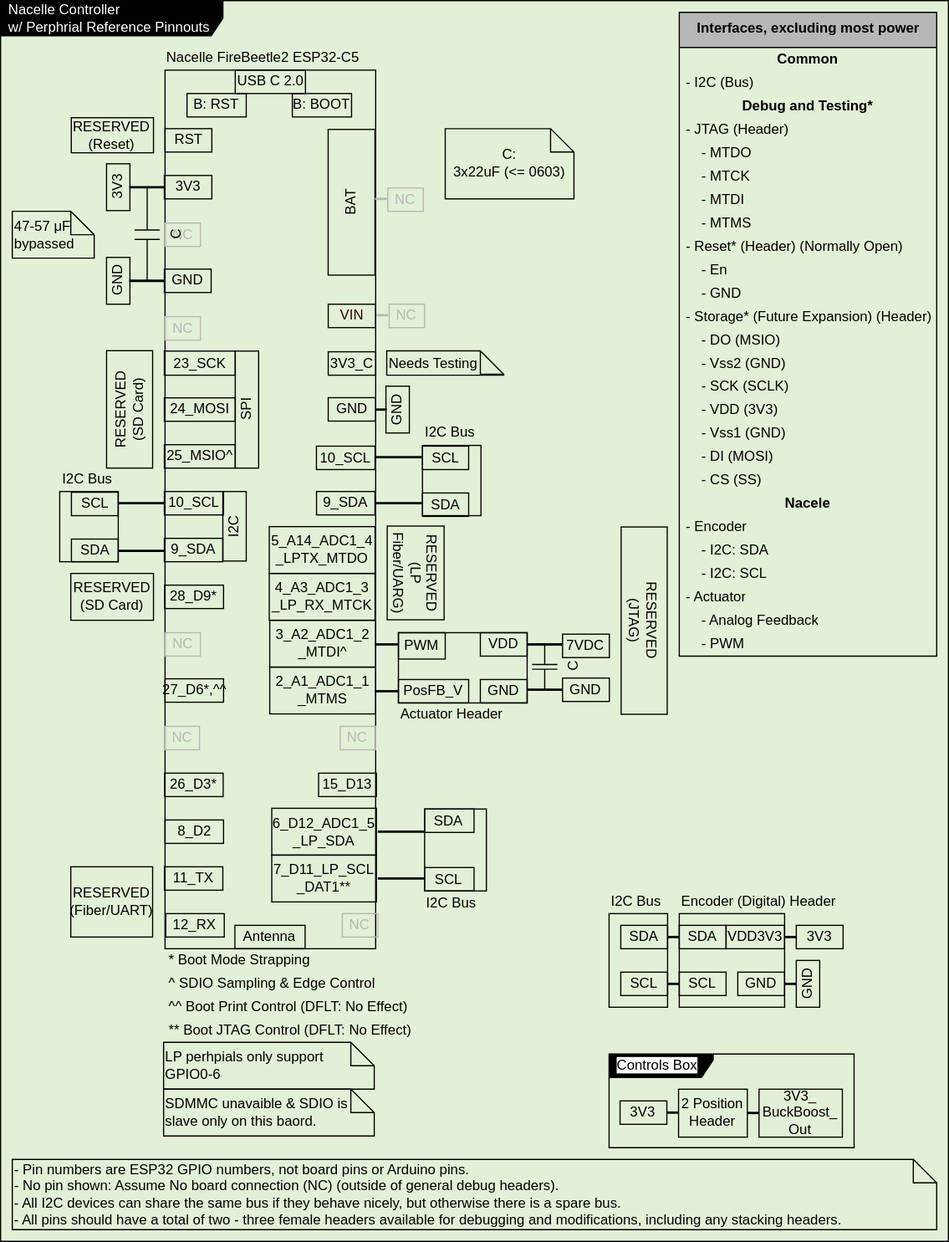
Before: Hardware-Pinouts/CtrlPO_Nacelle.svg, a diagram exported from draw.io (BobSaidHi/2026-Controls_Core). Source tidied: cells renumbered, new cells last; positions are measured from the earlier drawing's top-left corner, leaving out a move shared by most shapes.
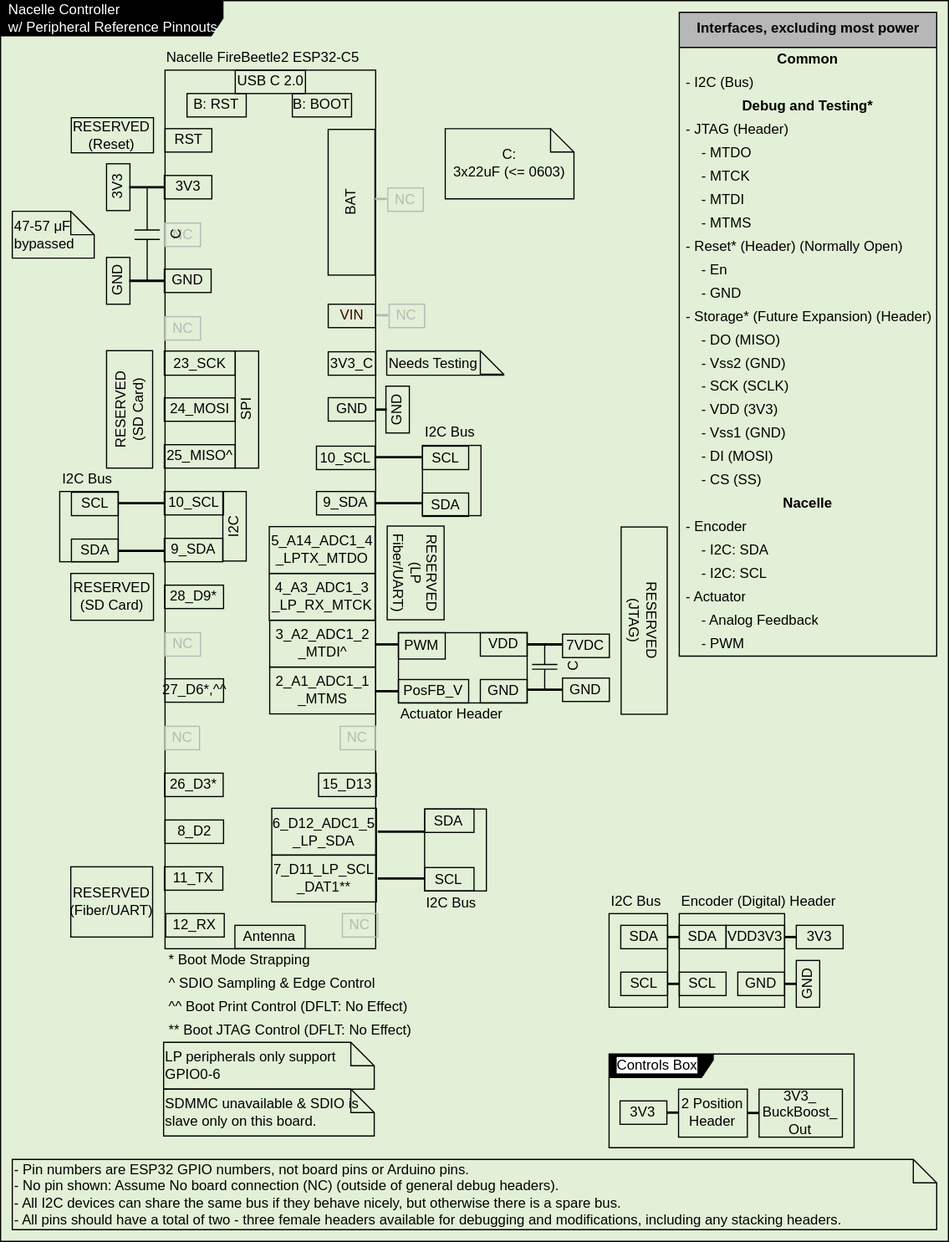
After the commit.

Diff of the diagram source:
```diff
@@ -2,7 +2,7 @@
   <root>
     <mxCell id="0" />
     <mxCell id="1" parent="0" />
-    <mxCell id="2" value="&lt;font color=&quot;#ffffff&quot;&gt;Nacelle Controller&lt;br&gt;w/ Perphrial Reference Pinnouts&lt;/font&gt;" style="shape=umlFrame;whiteSpace=wrap;html=1;width=190;height=30;boundedLbl=1;verticalAlign=middle;align=left;spacingLeft=5;fontColor=#000000;strokeColor=#000000;fillColor=#000000;gradientColor=#000000;fillStyle=solid;" parent="1" vertex="1">
+    <mxCell id="2" value="&lt;font color=&quot;#ffffff&quot;&gt;Nacelle Controller&lt;br&gt;w/ Peripheral Reference Pinnouts&lt;/font&gt;" style="shape=umlFrame;whiteSpace=wrap;html=1;width=190;height=30;boundedLbl=1;verticalAlign=middle;align=left;spacingLeft=5;fontColor=#000000;strokeColor=#000000;fillColor=#000000;gradientColor=#000000;fillStyle=solid;" parent="1" vertex="1">
       <mxGeometry width="810" height="1060" as="geometry" />
     </mxCell>
     <mxCell id="3" value="&lt;span style=&quot;color: rgba(0, 0, 0, 0); font-family: monospace; font-size: 0px; text-align: start;&quot;&gt;%3CmxGraphModel%3E%3Croot%3E%3CmxCell%20id%3D%220%22%2F%3E%3CmxCell%20id%3D%221%22%20parent%3D%220%22%2F%3E%3CmxCell%20id%3D%222%22%20value%3D%22Common%22%20style%3D%22text%3Bhtml%3D1%3BstrokeColor%3Dnone%3BfillColor%3Dnone%3Balign%3Dcenter%3BverticalAlign%3Dmiddle%3BspacingLeft%3D4%3BspacingRight%3D4%3Boverflow%3Dhidden%3Brotatable%3D0%3Bpoints%3D%5B%5B0%2C0.5%5D%2C%5B1%2C0.5%5D%5D%3BportConstraint%3Deastwest%3BfontColor%3D%23000000%3B%22%20vertex%3D%221%22%20parent%3D%221%22%3E%3CmxGeometry%20x%3D%22530%22%20y%3D%2280%22%20width%3D%22272.5%22%20height%3D%2220%22%20as%3D%22geometry%22%2F%3E%3C%2FmxCell%3E%3C%2Froot%3E%3C%2FmxGraphModel%3E&lt;/span&gt;" style="rounded=0;whiteSpace=wrap;html=1;fillColor=none;strokeColor=#000000;fontColor=#000000;" parent="1" vertex="1">
@@ -29,7 +29,7 @@
     <mxCell id="10" value="24_MOSI" style="text;html=1;strokeColor=#000000;fillColor=none;align=center;verticalAlign=middle;whiteSpace=wrap;rounded=0;fontColor=#000000;" parent="1" vertex="1">
       <mxGeometry x="139.9" y="339.4" width="60.6" height="20" as="geometry" />
     </mxCell>
-    <mxCell id="11" value="25_MSIO^" style="text;html=1;strokeColor=#000000;fillColor=none;align=center;verticalAlign=middle;whiteSpace=wrap;rounded=0;fontColor=#000000;" parent="1" vertex="1">
+    <mxCell id="11" value="25_MISO^" style="text;html=1;strokeColor=#000000;fillColor=none;align=center;verticalAlign=middle;whiteSpace=wrap;rounded=0;fontColor=#000000;" parent="1" vertex="1">
       <mxGeometry x="139.9" y="379.4" width="60.6" height="20" as="geometry" />
     </mxCell>
     <mxCell id="12" value="10_SCL" style="text;html=1;strokeColor=#000000;fillColor=none;align=center;verticalAlign=middle;whiteSpace=wrap;rounded=0;fontColor=#000000;" parent="1" vertex="1">
@@ -110,7 +110,7 @@
     <mxCell id="37" value="- Storage* (Future Expansion) (Header)" style="text;html=1;align=left;verticalAlign=middle;spacingLeft=4;spacingRight=4;overflow=hidden;fontColor=#000000;strokeColor=none;" parent="25" vertex="1">
       <mxGeometry y="250" width="220" height="20" as="geometry" />
     </mxCell>
-    <mxCell id="38" value="&lt;font style=&quot;&quot;&gt;&lt;font style=&quot;color: light-dark(rgb(0, 0, 0), rgb(255, 255, 255));&quot;&gt;&amp;nbsp; &amp;nbsp; -&amp;nbsp;&lt;/font&gt;&lt;span style=&quot;text-align: center;&quot;&gt;&lt;font style=&quot;color: light-dark(rgb(0, 0, 0), rgb(255, 255, 255));&quot;&gt;DO (MSIO)&lt;/font&gt;&lt;/span&gt;&lt;/font&gt;" style="text;html=1;align=left;verticalAlign=middle;spacingLeft=4;spacingRight=4;overflow=hidden;fontColor=#000000;strokeColor=none;" parent="25" vertex="1">
+    <mxCell id="38" value="&lt;font style=&quot;&quot;&gt;&lt;font style=&quot;color: light-dark(rgb(0, 0, 0), rgb(255, 255, 255));&quot;&gt;&amp;nbsp; &amp;nbsp; -&amp;nbsp;&lt;/font&gt;&lt;span style=&quot;text-align: center;&quot;&gt;&lt;font style=&quot;color: light-dark(rgb(0, 0, 0), rgb(255, 255, 255));&quot;&gt;DO (MISO)&lt;/font&gt;&lt;/span&gt;&lt;/font&gt;" style="text;html=1;align=left;verticalAlign=middle;spacingLeft=4;spacingRight=4;overflow=hidden;fontColor=#000000;strokeColor=none;" parent="25" vertex="1">
       <mxGeometry y="270" width="220" height="20" as="geometry" />
     </mxCell>
     <mxCell id="39" value="&amp;nbsp; &amp;nbsp; - Vss2 (GND)" style="text;html=1;align=left;verticalAlign=middle;spacingLeft=4;spacingRight=4;overflow=hidden;fontColor=#000000;strokeColor=none;" parent="25" vertex="1">
@@ -131,7 +131,7 @@
     <mxCell id="44" value="&amp;nbsp; &amp;nbsp; - CS (SS)" style="text;html=1;align=left;verticalAlign=middle;spacingLeft=4;spacingRight=4;overflow=hidden;fontColor=#000000;strokeColor=none;" parent="25" vertex="1">
       <mxGeometry y="390" width="220" height="20" as="geometry" />
     </mxCell>
-    <mxCell id="45" value="&lt;b&gt;&lt;font style=&quot;color: light-dark(rgb(0, 0, 0), rgb(255, 255, 255));&quot;&gt;Nacele&lt;/font&gt;&lt;/b&gt;" style="text;html=1;strokeColor=none;fillColor=none;align=center;verticalAlign=middle;spacingLeft=4;spacingRight=4;overflow=hidden;fontColor=#000000;" parent="25" vertex="1">
+    <mxCell id="45" value="&lt;b&gt;&lt;font style=&quot;color: light-dark(rgb(0, 0, 0), rgb(255, 255, 255));&quot;&gt;Nacelle&lt;/font&gt;&lt;/b&gt;" style="text;html=1;strokeColor=none;fillColor=none;align=center;verticalAlign=middle;spacingLeft=4;spacingRight=4;overflow=hidden;fontColor=#000000;" parent="25" vertex="1">
       <mxGeometry y="410" width="220" height="20" as="geometry" />
     </mxCell>
     <mxCell id="46" value="- Encoder&lt;span style=&quot;color: rgba(0, 0, 0, 0); font-family: monospace; font-size: 0px;&quot;&gt;%3CmxGraphModel%3E%3Croot%3E%3CmxCell%20id%3D%220%22%2F%3E%3CmxCell%20id%3D%221%22%20parent%3D%220%22%2F%3E%3CmxCell%20id%3D%222%22%20value%3D%22%26amp%3Bnbsp%3B%20%26amp%3Bnbsp%3B%20-%20CS%20(SS)%22%20style%3D%22text%3Bhtml%3D1%3Balign%3Dleft%3BverticalAlign%3Dmiddle%3BspacingLeft%3D4%3BspacingRight%3D4%3Boverflow%3Dhidden%3Brotatable%3D0%3Bpoints%3D%5B%5B0%2C0.5%5D%2C%5B1%2C0.5%5D%5D%3BportConstraint%3Deastwest%3BfontColor%3D%23000000%3BstrokeColor%3Dnone%3B%22%20vertex%3D%221%22%20parent%3D%221%22%3E%3CmxGeometry%20x%3D%22610%22%20y%3D%22575%22%20width%3D%22220%22%20height%3D%2220%22%20as%3D%22geometry%22%2F%3E%3C%2FmxCell%3E%3C%2Froot%3E%3C%2FmxGraphModel%3E&lt;/span&gt;" style="text;html=1;align=left;verticalAlign=middle;spacingLeft=4;spacingRight=4;overflow=hidden;fontColor=#000000;strokeColor=none;" parent="25" vertex="1">
@@ -158,7 +158,7 @@
     <mxCell id="53" value="&lt;div&gt;&lt;font style=&quot;color: light-dark(rgb(0, 0, 0), rgb(255, 255, 255));&quot;&gt;- Pin numbers are ESP32 GPIO numbers, not board pins or Arduino pins.&lt;/font&gt;&lt;/div&gt;- No pin shown: Assume No board connection (NC) (outside of general debug headers).&lt;br&gt;- All I2C devices can share the same bus if they behave nicely, but otherwise there is a spare bus.&lt;div&gt;&lt;font style=&quot;color: light-dark(rgb(0, 0, 0), rgb(255, 255, 255));&quot;&gt;- All pins should have a total of two - three female headers available&amp;nbsp;for debugging and modifications, including any stacking headers.&lt;/font&gt;&lt;/div&gt;" style="shape=note;size=20;whiteSpace=wrap;html=1;strokeColor=#000000;fontColor=#000000;fillColor=none;align=left;" parent="1" vertex="1">
       <mxGeometry x="10" y="990" width="790" height="60" as="geometry" />
     </mxCell>
-    <mxCell id="54" value="SDMMC unavaible &amp;amp; SDIO is slave only on this baord." style="shape=note;size=20;whiteSpace=wrap;html=1;strokeColor=#000000;fontColor=#000000;fillColor=none;align=left;" parent="1" vertex="1">
+    <mxCell id="54" value="SDMMC unavailable &amp;amp; SDIO is slave only on this board." style="shape=note;size=20;whiteSpace=wrap;html=1;strokeColor=#000000;fontColor=#000000;fillColor=none;align=left;" parent="1" vertex="1">
       <mxGeometry x="139.3" y="930" width="180" height="40" as="geometry" />
     </mxCell>
     <mxCell id="55" style="group;" parent="1" vertex="1">
@@ -335,7 +335,7 @@
     <mxCell id="112" style="line;strokeWidth=2;html=1;strokeColor=#B7B7B7;fontColor=#000000;" parent="110" vertex="1">
       <mxGeometry y="4.4" width="10" height="10" as="geometry" />
     </mxCell>
-    <mxCell id="113" value="LP perhpials only support&lt;div&gt;&lt;font style=&quot;color: light-dark(rgb(0, 0, 0), rgb(255, 255, 255));&quot;&gt;GPIO0-6&lt;/font&gt;&lt;/div&gt;" style="shape=note;size=20;whiteSpace=wrap;html=1;strokeColor=#000000;fontColor=#000000;fillColor=none;align=left;" parent="1" vertex="1">
+    <mxCell id="113" value="LP peripherals only support&lt;div&gt;&lt;font style=&quot;color: light-dark(rgb(0, 0, 0), rgb(255, 255, 255));&quot;&gt;GPIO0-6&lt;/font&gt;&lt;/div&gt;" style="shape=note;size=20;whiteSpace=wrap;html=1;strokeColor=#000000;fontColor=#000000;fillColor=none;align=left;" parent="1" vertex="1">
       <mxGeometry x="139.3" y="890" width="180" height="40" as="geometry" />
     </mxCell>
     <mxCell id="114" style="group;fillColor=none;gradientColor=none;" parent="1" vertex="1">
@@ -461,7 +461,7 @@
     <mxCell id="154" value="RESERVED&lt;div&gt;(Fiber/UART)&lt;/div&gt;" style="text;html=1;strokeColor=#000000;fillColor=none;align=center;verticalAlign=middle;whiteSpace=wrap;rounded=0;fontColor=#000000;rotation=0;" parent="1" vertex="1">
       <mxGeometry x="60" y="740" width="69.9" height="60" as="geometry" />
     </mxCell>
-    <mxCell id="155" value="RESERVED&lt;div&gt;(LP Fiber/UARG)&lt;/div&gt;" style="text;html=1;strokeColor=#000000;fillColor=none;align=center;verticalAlign=middle;whiteSpace=wrap;rounded=0;fontColor=#000000;rotation=90;" parent="1" vertex="1">
+    <mxCell id="155" value="RESERVED&lt;div&gt;(LP Fiber/UART)&lt;/div&gt;" style="text;html=1;strokeColor=#000000;fillColor=none;align=center;verticalAlign=middle;whiteSpace=wrap;rounded=0;fontColor=#000000;rotation=90;" parent="1" vertex="1">
       <mxGeometry x="314.7" y="464.6" width="80.1" height="48.6" as="geometry" />
     </mxCell>
     <mxCell id="156" value="Actuator Header" style="text;html=1;strokeColor=none;fillColor=none;align=left;verticalAlign=middle;whiteSpace=wrap;rounded=0;fontColor=#000000;" parent="1" vertex="1">
```
